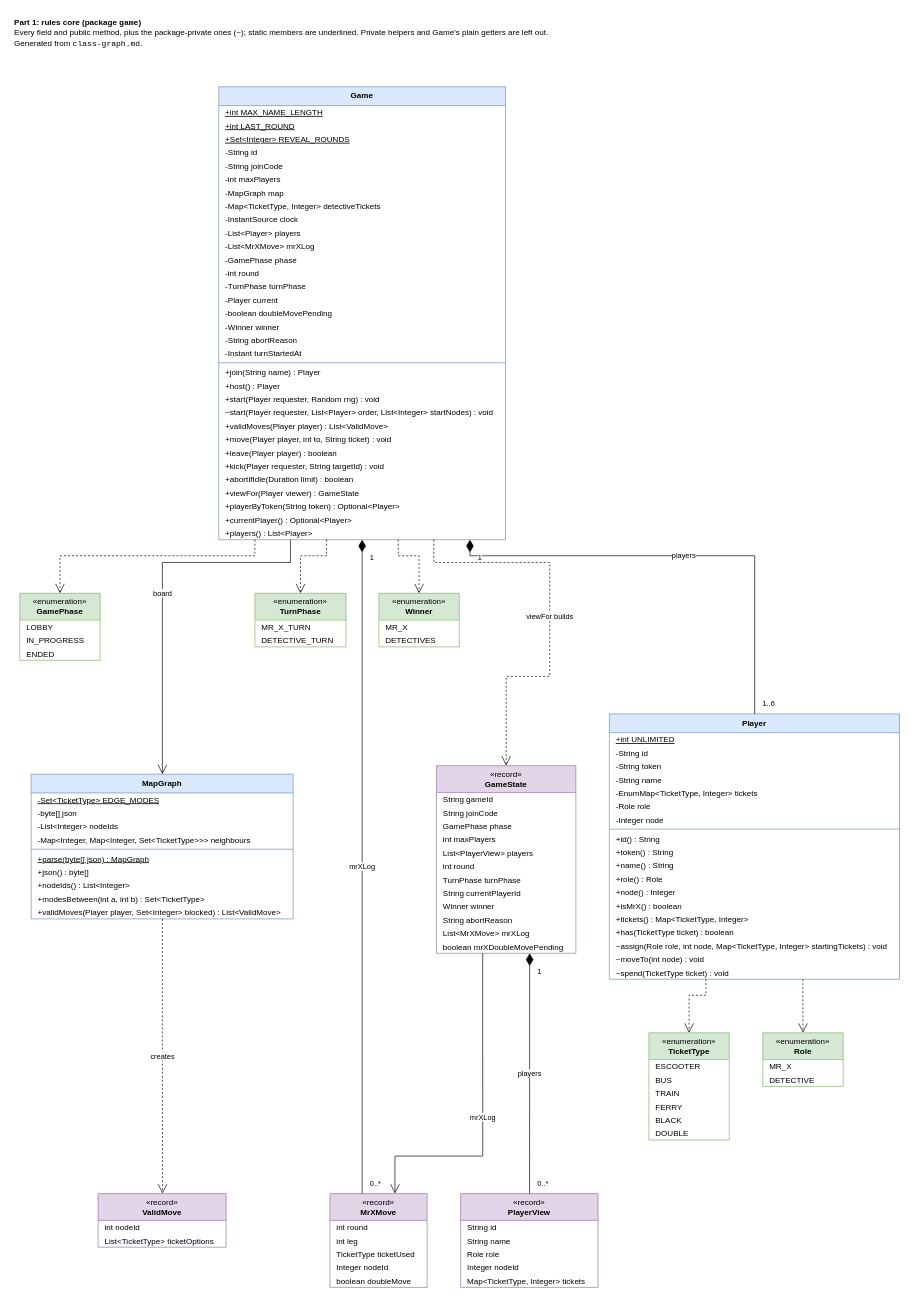
Earlier version of the draw.io diagram page "Part 1: rules core (game, game.view, game.enums)" (1 of 2) of documentation/plans/class-graph.drawio (Ming-Bao/HuntingMrX). Source tidied: cells renumbered, new cells numbered last; positions are measured from the earlier drawing's top-left corner, leaving out a move shared by most shapes. Both pictures are drawn from the tidied source at 67%, with x=0, y=0 at pixel (11, 11).
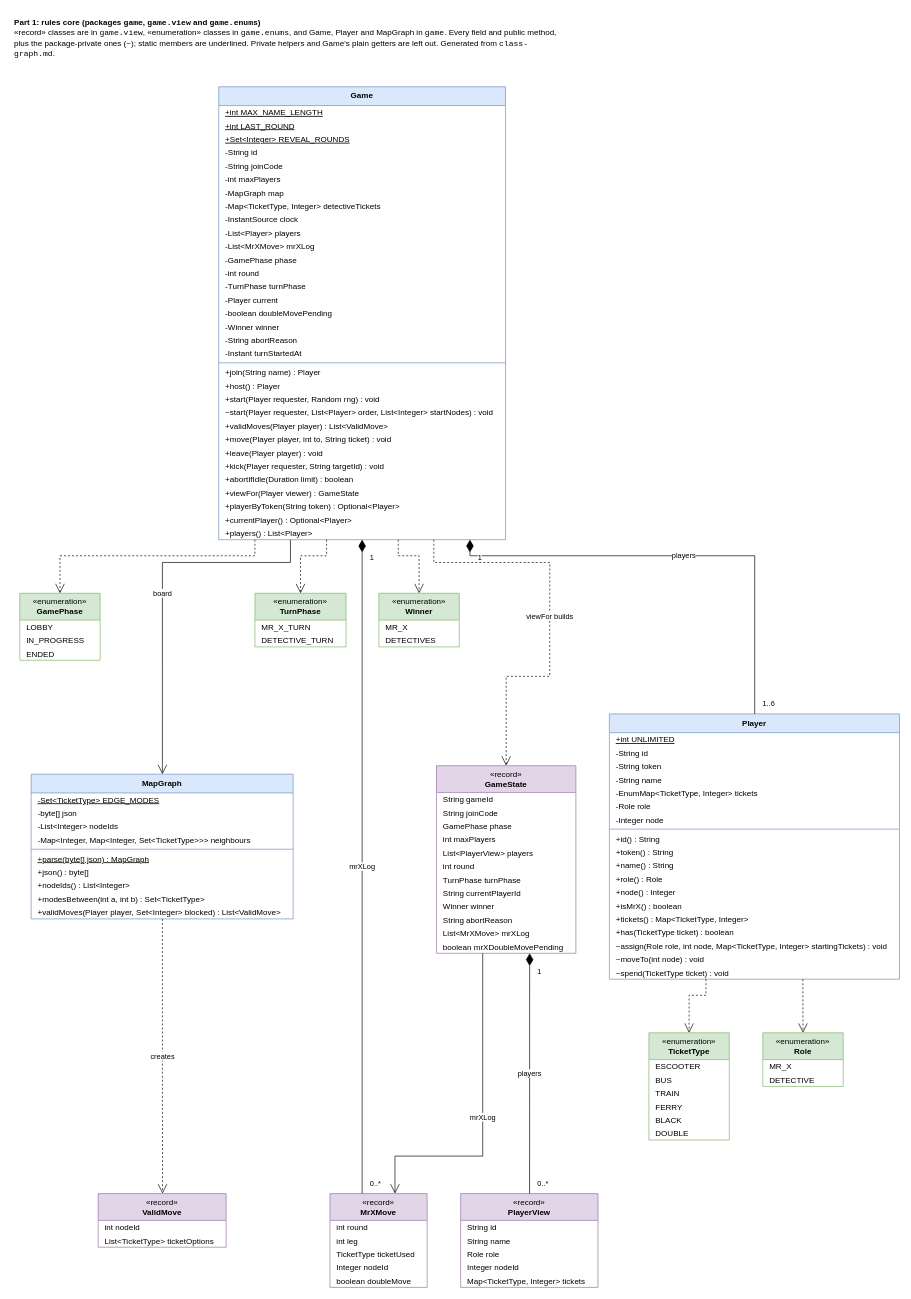
The same diagram, later.

Unchanged cells that the change refers to:
```xml
<mxCell id="3" value="&lt;b&gt;Game&lt;/b&gt;" style="swimlane;fontStyle=0;horizontal=1;startSize=28;html=1;whiteSpace=wrap;fontSize=12;fillColor=#dae8fc;strokeColor=#6c8ebf;swimlaneFillColor=#FFFFFF;" parent="1" vertex="1">
  <mxGeometry x="309" y="112" width="428" height="676" as="geometry" />
</mxCell>
```

Change to the diagram source:
```diff
@@
-    <mxCell id="2" value="&lt;b&gt;Part 1: rules core (package &lt;code&gt;game&lt;/code&gt;)&lt;/b&gt;&lt;br&gt;Every field and public method, plus the package-private ones (&lt;code&gt;~&lt;/code&gt;); static members are underlined. Private helpers and Game's plain getters are left out. Generated from &lt;code&gt;class-graph.md&lt;/code&gt;." style="text;html=1;whiteSpace=wrap;align=left;verticalAlign=top;fontSize=12;spacing=4;" parent="1" vertex="1">
-      <mxGeometry width="820" height="80" as="geometry" />
+    <mxCell id="2" value="&lt;b&gt;Part 1: rules core (packages &lt;code&gt;game&lt;/code&gt;, &lt;code&gt;game.view&lt;/code&gt; and &lt;code&gt;game.enums&lt;/code&gt;)&lt;/b&gt;&lt;br&gt;«record» classes are in &lt;code&gt;game.view&lt;/code&gt;, «enumeration» classes in &lt;code&gt;game.enums&lt;/code&gt;, and Game, Player and MapGraph in &lt;code&gt;game&lt;/code&gt;. Every field and public method, plus the package-private ones (&lt;code&gt;~&lt;/code&gt;); static members are underlined. Private helpers and Game's plain getters are left out. Generated from &lt;code&gt;class-graph.md&lt;/code&gt;." style="text;html=1;whiteSpace=wrap;align=left;verticalAlign=top;fontSize=12;spacing=4;" parent="1" vertex="1">
+      <mxGeometry width="820" height="100" as="geometry" />
     </mxCell>
@@
-    <mxCell id="30" value="+leave(Player player) : boolean" style="text;strokeColor=none;fillColor=none;align=left;verticalAlign=middle;spacingLeft=8;spacingRight=8;overflow=hidden;fontSize=12;" parent="3" vertex="1">
+    <mxCell id="30" value="+leave(Player player) : void" style="text;strokeColor=none;fillColor=none;align=left;verticalAlign=middle;spacingLeft=8;spacingRight=8;overflow=hidden;fontSize=12;" parent="3" vertex="1">
       <mxGeometry y="536" width="428" height="20" as="geometry" />
     </mxCell>
```
